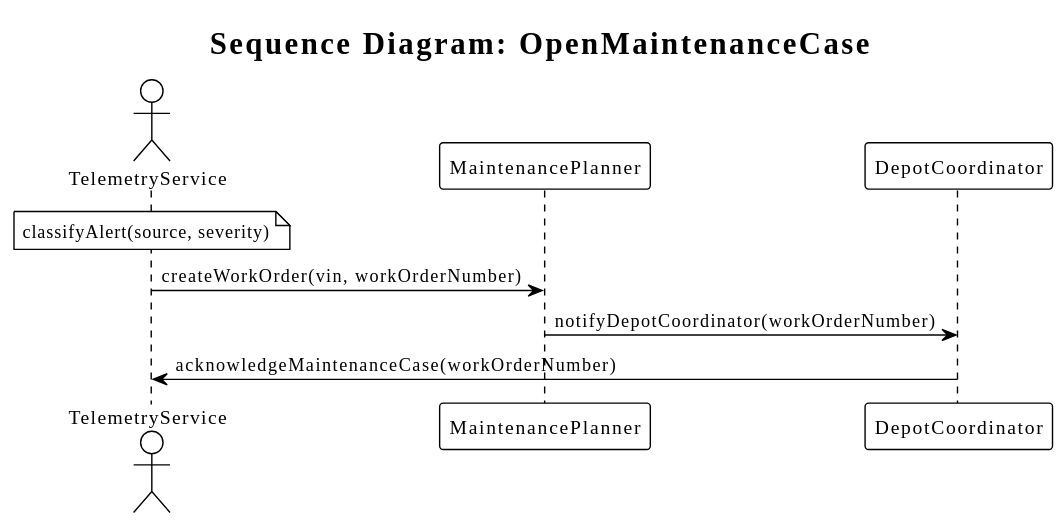
This is examples/fleet-operations/generated/sequence/FleetOperations_OpenMaintenanceCase.sequence.svg from fredoslav2004/modt-core, a PlantUML export, as it was before one commit. The source it was exported from:
```plantuml
@startuml
title Sequence Diagram: OpenMaintenanceCase
!theme plain
skinparam classAttributeIconSize 0
actor "TelemetryService" as Actor
participant "MaintenancePlanner" as MaintenancePlanner
participant "DepotCoordinator" as DepotCoordinator

note over Actor : classifyAlert(source, severity)
Actor -> MaintenancePlanner : createWorkOrder(vin, workOrderNumber)
MaintenancePlanner -> DepotCoordinator : notifyDepotCoordinator(workOrderNumber)
DepotCoordinator -> Actor : acknowledgeMaintenanceCase(workOrderNumber)
@enduml
```
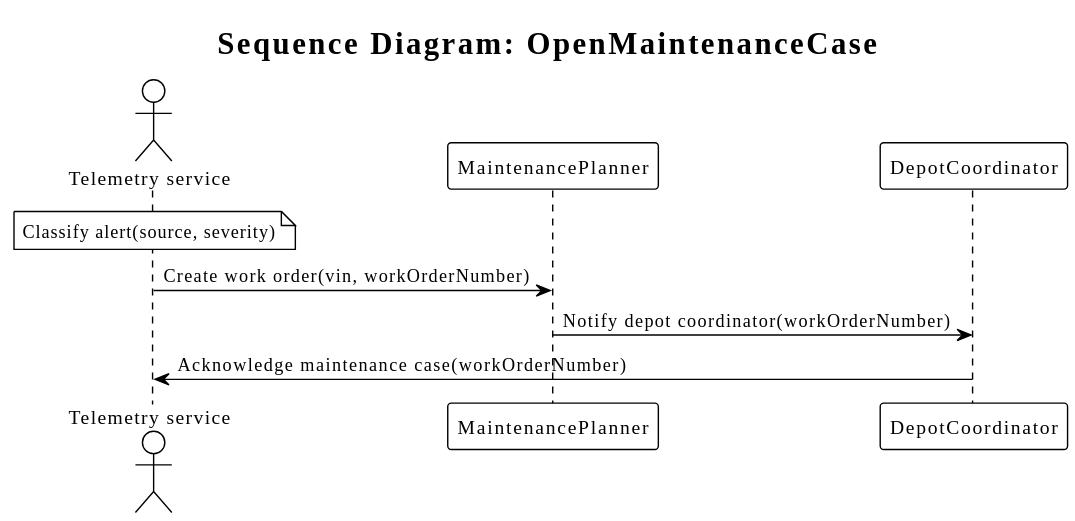
Later version of the same file.

Change to the diagram source:
```diff
@@ -2,12 +2,12 @@
 title Sequence Diagram: OpenMaintenanceCase
 !theme plain
 skinparam classAttributeIconSize 0
-actor "TelemetryService" as Actor
+actor "Telemetry service" as Actor
 participant "MaintenancePlanner" as MaintenancePlanner
 participant "DepotCoordinator" as DepotCoordinator
 
-note over Actor : classifyAlert(source, severity)
-Actor -> MaintenancePlanner : createWorkOrder(vin, workOrderNumber)
-MaintenancePlanner -> DepotCoordinator : notifyDepotCoordinator(workOrderNumber)
-DepotCoordinator -> Actor : acknowledgeMaintenanceCase(workOrderNumber)
+note over Actor : Classify alert(source, severity)
+Actor -> MaintenancePlanner : Create work order(vin, workOrderNumber)
+MaintenancePlanner -> DepotCoordinator : Notify depot coordinator(workOrderNumber)
+DepotCoordinator -> Actor : Acknowledge maintenance case(workOrderNumber)
 @enduml
```
